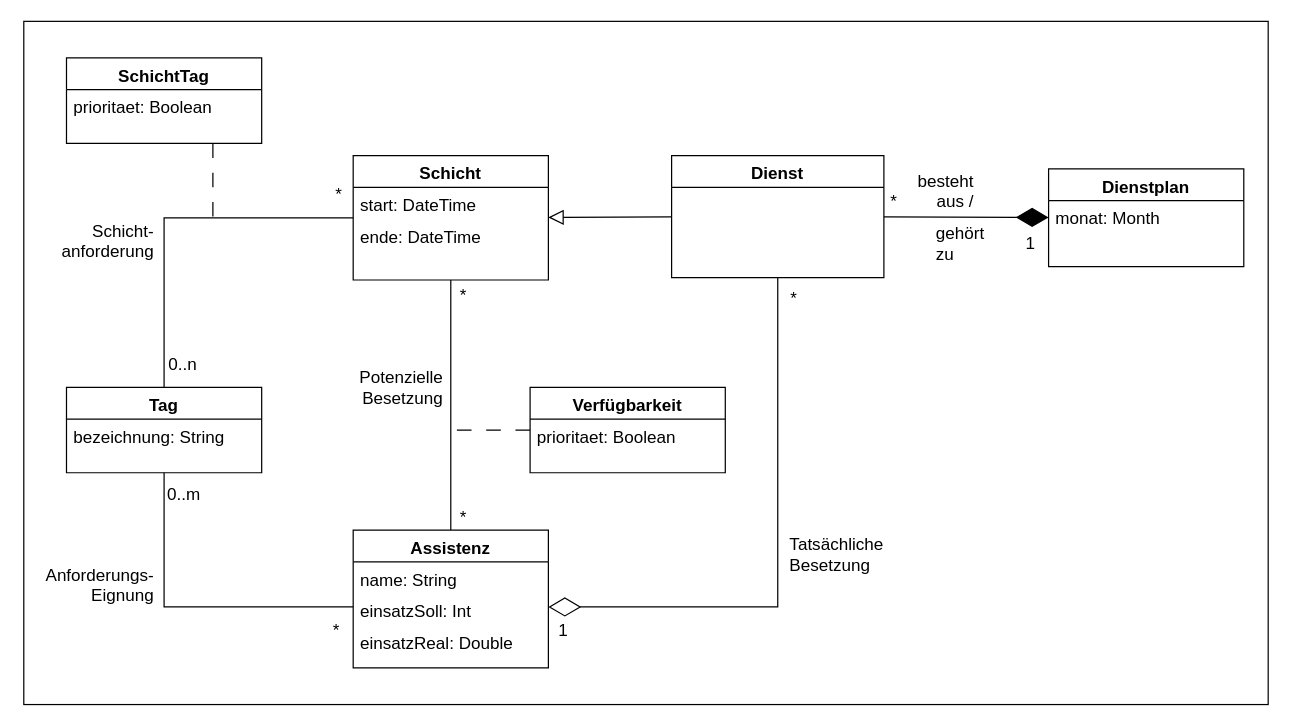
Before: page "V-1" (1 of 2) of 4_Entwurf/4_UML/4_UML_Klassendiagramme/Domänenklassendiagramm_Anforderungsspezifikation.drawio in annikalenneper/praxisprojekt_mi_bachelor_SoSe24, a draw.io diagram. Source tidied: cells renumbered, new cells numbered last; positions are measured from the earlier drawing's top-left corner, leaving out a move shared by most shapes. Both pictures are drawn from the tidied source at 122%, with x=0, y=0 at pixel (21, 21).
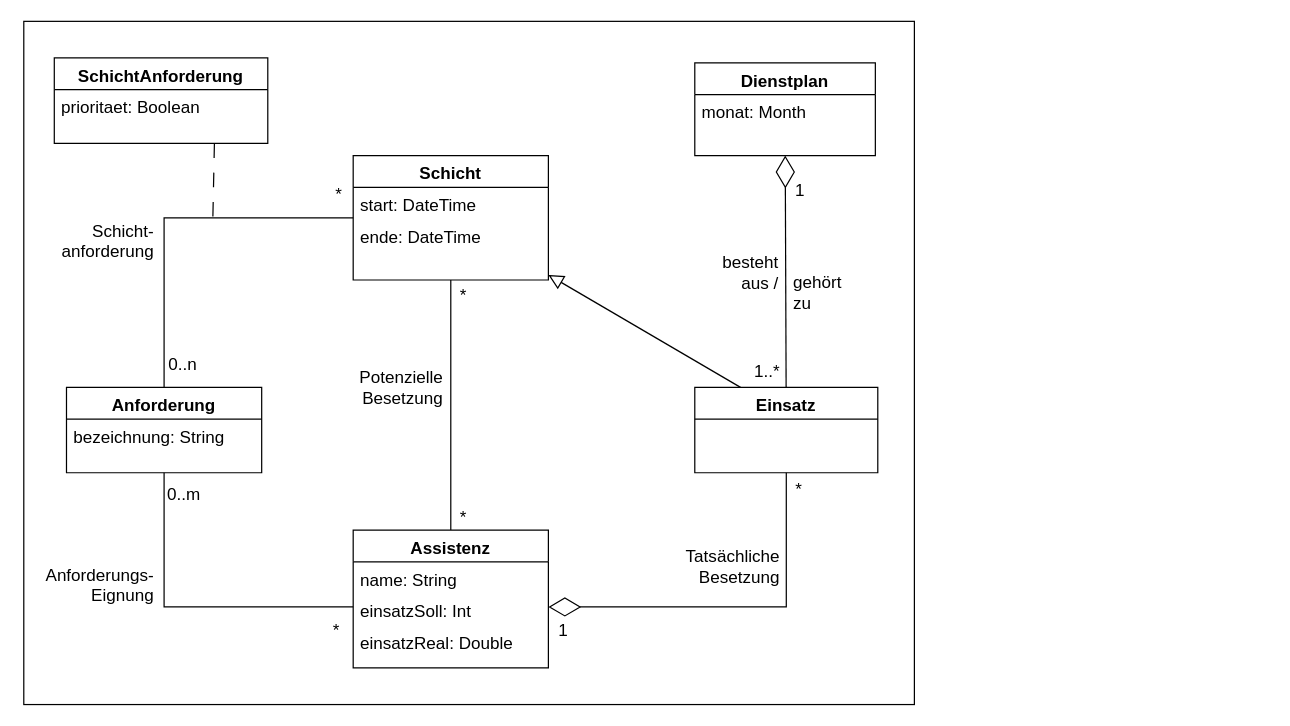
After the change.

Unchanged cells that the change refers to:
```xml
<mxCell id="3" value="Schicht" style="swimlane;fontStyle=1;align=center;verticalAlign=top;horizontal=1;startSize=26;rounded=0;shadow=0;strokeWidth=1;fontSize=14;" parent="1" vertex="1">
  <mxGeometry x="272" y="110" width="160" height="102" as="geometry" />
</mxCell>
```

Diff of the diagram source:
```diff
@@
-    <mxCell id="2" style="rounded=0;whiteSpace=wrap;html=1;" parent="1" vertex="1">
-      <mxGeometry x="2" width="1020" height="560" as="geometry" />
+    <mxCell id="2" style="rounded=0;whiteSpace=wrap;html=1;labelBorderColor=#FFFFFF;" parent="1" vertex="1">
+      <mxGeometry x="2" width="730" height="560" as="geometry" />
     </mxCell>
@@
-    <mxCell id="6" value="Verfügbarkeit" style="swimlane;fontStyle=1;align=center;verticalAlign=top;horizontal=1;startSize=26;rounded=0;shadow=0;strokeWidth=1;fontSize=14;" parent="1" vertex="1">
-      <mxGeometry x="417" y="300" width="160" height="70" as="geometry" />
-    </mxCell>
-    <mxCell id="7" value="prioritaet: Boolean" style="text;align=left;verticalAlign=top;spacingLeft=4;spacingRight=4;overflow=hidden;fontSize=14;" parent="6" vertex="1">
-      <mxGeometry y="26" width="160" height="24" as="geometry" />
-    </mxCell>
-    <mxCell id="8" value="Tag" style="swimlane;fontStyle=1;align=center;verticalAlign=top;horizontal=1;startSize=26;rounded=0;shadow=0;strokeWidth=1;fontSize=14;" parent="1" vertex="1">
+    <mxCell id="8" value="Anforderung" style="swimlane;fontStyle=1;align=center;verticalAlign=top;horizontal=1;startSize=26;rounded=0;shadow=0;strokeWidth=1;fontSize=14;" parent="1" vertex="1">
       <mxGeometry x="37" y="300" width="160" height="70" as="geometry" />
     </mxCell>
@@
-    <mxCell id="14" value="Dienst" style="swimlane;fontStyle=1;align=center;verticalAlign=top;horizontal=1;startSize=26;rounded=0;shadow=0;strokeWidth=1;fontSize=14;" parent="1" vertex="1">
-      <mxGeometry x="533" y="110" width="174" height="100" as="geometry" />
+    <mxCell id="14" value="Einsatz" style="swimlane;fontStyle=1;align=center;verticalAlign=top;horizontal=1;startSize=26;rounded=0;shadow=0;strokeWidth=1;fontSize=14;" parent="1" vertex="1">
+      <mxGeometry x="552" y="300" width="150" height="70" as="geometry" />
     </mxCell>
     <mxCell id="15" value="Dienstplan" style="swimlane;fontStyle=1;align=center;verticalAlign=top;horizontal=1;startSize=26;rounded=0;shadow=0;strokeWidth=1;fontSize=14;" parent="1" vertex="1">
-      <mxGeometry x="842" y="121" width="160" height="80" as="geometry" />
+      <mxGeometry x="552" y="34" width="148" height="76" as="geometry" />
     </mxCell>
     <mxCell id="16" value="monat: Month" style="text;align=left;verticalAlign=top;spacingLeft=4;spacingRight=4;overflow=hidden;rounded=0;shadow=0;html=0;fontSize=14;" parent="15" vertex="1">
-      <mxGeometry y="26" width="160" height="26" as="geometry" />
+      <mxGeometry y="26" width="148" height="26" as="geometry" />
     </mxCell>
-    <mxCell id="17" style="endArrow=block;endSize=10;endFill=0;shadow=0;strokeWidth=1;rounded=0;elbow=vertical;fontSize=14;" parent="1" edge="1" source="14" target="3">
+    <mxCell id="17" style="endArrow=block;endSize=10;endFill=0;shadow=0;strokeWidth=1;rounded=0;elbow=vertical;fontSize=14;exitX=0.25;exitY=0;exitDx=0;exitDy=0;" parent="1" edge="1" source="14" target="3">
       <mxGeometry relative="1" as="geometry" />
     </mxCell>
-    <mxCell id="18" style="endArrow=diamondThin;endFill=1;endSize=24;html=1;rounded=0;fontSize=14;" parent="1" edge="1" source="14" target="15">
+    <mxCell id="18" style="endArrow=diamondThin;endFill=0;endSize=24;html=1;rounded=0;fontSize=14;" parent="1" edge="1" source="14" target="15">
       <mxGeometry relative="1" as="geometry" />
     </mxCell>
@@
-    <mxCell id="22" value="SchichtTag" style="swimlane;fontStyle=1;align=center;verticalAlign=top;horizontal=1;startSize=26;rounded=0;shadow=0;strokeWidth=1;fontSize=14;" parent="1" vertex="1">
-      <mxGeometry x="37" y="30" width="160" height="70" as="geometry" />
+    <mxCell id="22" value="SchichtAnforderung" style="swimlane;fontStyle=1;align=center;verticalAlign=top;horizontal=1;startSize=26;rounded=0;shadow=0;strokeWidth=1;fontSize=14;" parent="1" vertex="1">
+      <mxGeometry x="27" y="30" width="175" height="70" as="geometry" />
     </mxCell>
     <mxCell id="23" value="prioritaet: Boolean" style="text;align=left;verticalAlign=top;spacingLeft=4;spacingRight=4;overflow=hidden;fontSize=14;" parent="22" vertex="1">
-      <mxGeometry y="26" width="160" height="24" as="geometry" />
+      <mxGeometry y="26" width="175" height="24" as="geometry" />
     </mxCell>
-    <mxCell id="24" style="endArrow=none;startArrow=none;endFill=0;startFill=0;html=1;rounded=0;dashed=1;dashPattern=12 12;fontSize=14;" parent="1" edge="1" target="6">
-      <mxGeometry relative="1" as="geometry">
-        <mxPoint x="357" y="335" as="sourcePoint" />
-      </mxGeometry>
-    </mxCell>
@@
-    <mxCell id="31" value="*" style="text;html=1;align=center;verticalAlign=middle;strokeColor=none;fillColor=none;fontSize=14;" parent="1" vertex="1">
-      <mxGeometry x="700" y="133" width="30" height="30" as="geometry" />
+    <mxCell id="31" value="1..*" style="text;html=1;align=center;verticalAlign=middle;strokeColor=none;fillColor=none;fontSize=14;" parent="1" vertex="1">
+      <mxGeometry x="591" y="272" width="40" height="30" as="geometry" />
     </mxCell>
     <mxCell id="32" value="*" style="text;html=1;align=center;verticalAlign=middle;strokeColor=none;fillColor=none;fontSize=14;" parent="1" vertex="1">
-      <mxGeometry x="618" y="212" width="30" height="30" as="geometry" />
+      <mxGeometry x="622" y="369" width="30" height="30" as="geometry" />
     </mxCell>
@@
-    <mxCell id="39" value="Tatsächliche&lt;div&gt;Besetzung&lt;/div&gt;" style="text;html=1;align=left;verticalAlign=middle;strokeColor=none;fillColor=none;fontSize=14;" parent="1" vertex="1">
-      <mxGeometry x="628" y="412" width="100" height="50" as="geometry" />
+    <mxCell id="39" value="Tatsächliche&lt;div&gt;Besetzung&lt;/div&gt;" style="text;html=1;align=right;verticalAlign=middle;strokeColor=none;fillColor=none;fontSize=14;" parent="1" vertex="1">
+      <mxGeometry x="523" y="422" width="100" height="50" as="geometry" />
     </mxCell>
     <mxCell id="40" value="besteht&lt;div&gt;aus /&lt;/div&gt;" style="text;html=1;align=right;verticalAlign=middle;strokeColor=none;fillColor=none;fontSize=14;" parent="1" vertex="1">
-      <mxGeometry x="712" y="114" width="70" height="50" as="geometry" />
+      <mxGeometry x="552" y="181" width="70" height="50" as="geometry" />
     </mxCell>
     <mxCell id="41" value="gehört&lt;div&gt;zu&lt;/div&gt;" style="text;html=1;align=left;verticalAlign=middle;strokeColor=none;fillColor=none;fontSize=14;" parent="1" vertex="1">
-      <mxGeometry x="748" y="157" width="60" height="50" as="geometry" />
+      <mxGeometry x="631" y="197" width="60" height="50" as="geometry" />
     </mxCell>
     <mxCell id="42" value="1" style="text;html=1;align=center;verticalAlign=middle;strokeColor=none;fillColor=none;fontSize=14;" parent="1" vertex="1">
-      <mxGeometry x="812" y="167" width="30" height="30" as="geometry" />
+      <mxGeometry x="623" y="124" width="30" height="30" as="geometry" />
     </mxCell>
```
